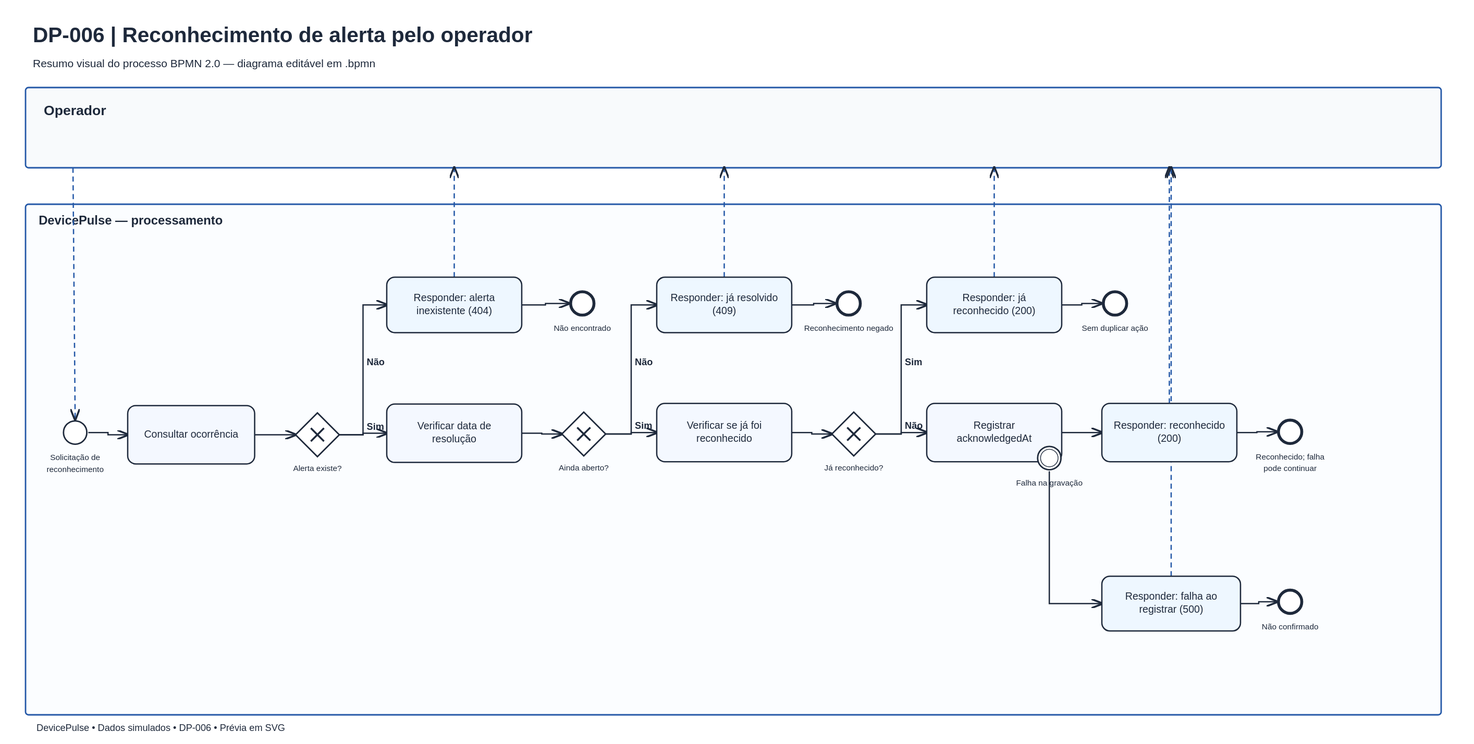
agiovannamendes/devicepulse keeps this BPMN diagram as docs/bpmn/06-reconhecimento-alertas.svg. Above is the earlier version. Its source is kept beside it as docs/bpmn/06-reconhecimento-alertas.bpmn. Ids are renumbered.
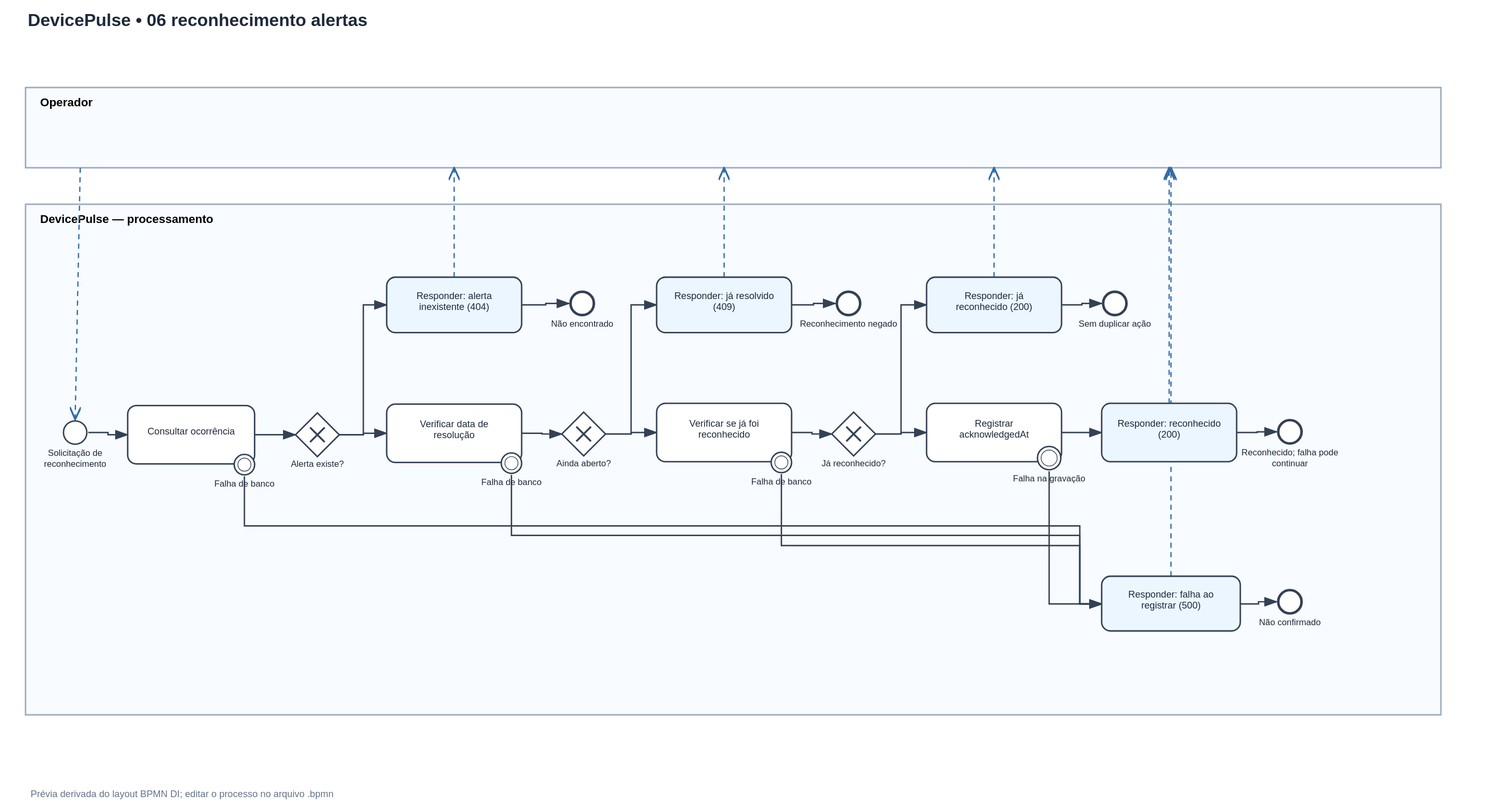
Above is the later version.

The edit, as a diff of the source:
```diff
@@ -20,7 +20,7 @@
     <bpmn:boundaryEvent id="Boundary_ErroAck" name="Falha na gravação" attachedToRef="Task_GravarAck" cancelActivity="true"><bpmn:outgoing>Flow_BoundaryErroAck_TaskRespFalha</bpmn:outgoing><bpmn:errorEventDefinition id="ErrorDef_Boundary_ErroAck" errorRef="Error_reconhecimento-alertas"/></bpmn:boundaryEvent>
     <bpmn:sendTask id="Task_RespSucesso" name="Responder: reconhecido (200)"><bpmn:incoming>Flow_TaskGravarAck_TaskRespSucesso</bpmn:incoming><bpmn:outgoing>Flow_TaskRespSucesso_EndSucesso</bpmn:outgoing></bpmn:sendTask>
     <bpmn:endEvent id="End_Sucesso" name="Reconhecido; falha pode continuar"><bpmn:incoming>Flow_TaskRespSucesso_EndSucesso</bpmn:incoming></bpmn:endEvent>
-    <bpmn:sendTask id="Task_RespFalha" name="Responder: falha ao registrar (500)"><bpmn:incoming>Flow_BoundaryErroAck_TaskRespFalha</bpmn:incoming><bpmn:outgoing>Flow_TaskRespFalha_EndFalha</bpmn:outgoing></bpmn:sendTask>
+    <bpmn:sendTask id="Task_RespFalha" name="Responder: falha ao registrar (500)"><bpmn:incoming>Flow_DP007_DB_Task_VerificarReconhecido</bpmn:incoming><bpmn:incoming>Flow_DP007_DB_Task_ChecarAberto</bpmn:incoming><bpmn:incoming>Flow_DP007_DB_Task_BuscarAlerta</bpmn:incoming><bpmn:incoming>Flow_BoundaryErroAck_TaskRespFalha</bpmn:incoming><bpmn:outgoing>Flow_TaskRespFalha_EndFalha</bpmn:outgoing></bpmn:sendTask>
     <bpmn:endEvent id="End_Falha" name="Não confirmado"><bpmn:incoming>Flow_TaskRespFalha_EndFalha</bpmn:incoming></bpmn:endEvent>
     <bpmn:sequenceFlow id="Flow_StartRecognize_TaskBuscarAlerta" sourceRef="Start_Recognize" targetRef="Task_BuscarAlerta"/>
     <bpmn:sequenceFlow id="Flow_TaskBuscarAlerta_GatewayEncontrou" sourceRef="Task_BuscarAlerta" targetRef="Gateway_Encontrou"/>
@@ -39,6 +39,12 @@
     <bpmn:sequenceFlow id="Flow_TaskRespSucesso_EndSucesso" sourceRef="Task_RespSucesso" targetRef="End_Sucesso"/>
     <bpmn:sequenceFlow id="Flow_BoundaryErroAck_TaskRespFalha" sourceRef="Boundary_ErroAck" targetRef="Task_RespFalha"/>
     <bpmn:sequenceFlow id="Flow_TaskRespFalha_EndFalha" sourceRef="Task_RespFalha" targetRef="End_Falha"/>
+    <bpmn:boundaryEvent id="Boundary_DB_DP007_Task_BuscarAlerta" name="Falha de banco" attachedToRef="Task_BuscarAlerta" cancelActivity="true"><bpmn:outgoing>Flow_DP007_DB_Task_BuscarAlerta</bpmn:outgoing><bpmn:errorEventDefinition id="ErrorDef_Boundary_DB_DP007_Task_BuscarAlerta" errorRef="Error_reconhecimento-alertas"/></bpmn:boundaryEvent>
+    <bpmn:sequenceFlow id="Flow_DP007_DB_Task_BuscarAlerta" sourceRef="Boundary_DB_DP007_Task_BuscarAlerta" targetRef="Task_RespFalha"/>
+    <bpmn:boundaryEvent id="Boundary_DB_DP007_Task_ChecarAberto" name="Falha de banco" attachedToRef="Task_ChecarAberto" cancelActivity="true"><bpmn:outgoing>Flow_DP007_DB_Task_ChecarAberto</bpmn:outgoing><bpmn:errorEventDefinition id="ErrorDef_Boundary_DB_DP007_Task_ChecarAberto" errorRef="Error_reconhecimento-alertas"/></bpmn:boundaryEvent>
+    <bpmn:sequenceFlow id="Flow_DP007_DB_Task_ChecarAberto" sourceRef="Boundary_DB_DP007_Task_ChecarAberto" targetRef="Task_RespFalha"/>
+    <bpmn:boundaryEvent id="Boundary_DB_DP007_Task_VerificarReconhecido" name="Falha de banco" attachedToRef="Task_VerificarReconhecido" cancelActivity="true"><bpmn:outgoing>Flow_DP007_DB_Task_VerificarReconhecido</bpmn:outgoing><bpmn:errorEventDefinition id="ErrorDef_Boundary_DB_DP007_Task_VerificarReconhecido" errorRef="Error_reconhecimento-alertas"/></bpmn:boundaryEvent>
+    <bpmn:sequenceFlow id="Flow_DP007_DB_Task_VerificarReconhecido" sourceRef="Boundary_DB_DP007_Task_VerificarReconhecido" targetRef="Task_RespFalha"/>
   </bpmn:process>
   <bpmndi:BPMNDiagram id="Diagram_reconhecimento-alertas">
     <bpmndi:BPMNPlane id="Plane_reconhecimento-alertas" bpmnElement="Collaboration_reconhecimento-alertas">
@@ -81,6 +87,12 @@
       <bpmndi:BPMNEdge id="Edge_Flow_BoundaryErroAck_TaskRespFalha" bpmnElement="Flow_BoundaryErroAck_TaskRespFalha"><di:waypoint x="1438" y="646"/><di:waypoint x="1438" y="828"/><di:waypoint x="1510" y="828"/></bpmndi:BPMNEdge>
       <bpmndi:BPMNEdge id="Edge_Flow_TaskRespFalha_EndFalha" bpmnElement="Flow_TaskRespFalha_EndFalha"><di:waypoint x="1700" y="828"/><di:waypoint x="1725" y="828"/><di:waypoint x="1725" y="825"/><di:waypoint x="1750" y="825"/></bpmndi:BPMNEdge>
       <bpmndi:BPMNEdge id="Edge_MessageFlow_Request_reconhecimento-alertas" bpmnElement="MessageFlow_Request_reconhecimento-alertas"><di:waypoint x="110" y="230"/><di:waypoint x="103" y="575"/></bpmndi:BPMNEdge><bpmndi:BPMNEdge id="Edge_MessageFlow_Return_1" bpmnElement="MessageFlow_Return_1"><di:waypoint x="622.5" y="380"/><di:waypoint x="622.5" y="230"/></bpmndi:BPMNEdge><bpmndi:BPMNEdge id="Edge_MessageFlow_Return_2" bpmnElement="MessageFlow_Return_2"><di:waypoint x="992.5" y="380"/><di:waypoint x="992.5" y="230"/></bpmndi:BPMNEdge><bpmndi:BPMNEdge id="Edge_MessageFlow_Return_3" bpmnElement="MessageFlow_Return_3"><di:waypoint x="1362.5" y="380"/><di:waypoint x="1362.5" y="230"/></bpmndi:BPMNEdge><bpmndi:BPMNEdge id="Edge_MessageFlow_Return_4" bpmnElement="MessageFlow_Return_4"><di:waypoint x="1602.5" y="553"/><di:waypoint x="1602.5" y="230"/></bpmndi:BPMNEdge><bpmndi:BPMNEdge id="Edge_MessageFlow_Return_5" bpmnElement="MessageFlow_Return_5"><di:waypoint x="1605" y="790"/><di:waypoint x="1605" y="230"/></bpmndi:BPMNEdge>
+      <bpmndi:BPMNShape id="Shape_Boundary_DB_DP007_Task_BuscarAlerta" bpmnElement="Boundary_DB_DP007_Task_BuscarAlerta"><dc:Bounds x="319" y="621" width="32" height="32"/></bpmndi:BPMNShape>
+      <bpmndi:BPMNEdge id="Edge_Flow_DP007_DB_Task_BuscarAlerta" bpmnElement="Flow_DP007_DB_Task_BuscarAlerta"><di:waypoint x="335" y="653"/><di:waypoint x="335" y="721"/><di:waypoint x="1480" y="721"/><di:waypoint x="1480" y="828"/><di:waypoint x="1510" y="828"/></bpmndi:BPMNEdge>
+      <bpmndi:BPMNShape id="Shape_Boundary_DB_DP007_Task_ChecarAberto" bpmnElement="Boundary_DB_DP007_Task_ChecarAberto"><dc:Bounds x="685" y="619" width="32" height="32"/></bpmndi:BPMNShape>
+      <bpmndi:BPMNEdge id="Edge_Flow_DP007_DB_Task_ChecarAberto" bpmnElement="Flow_DP007_DB_Task_ChecarAberto"><di:waypoint x="701" y="651"/><di:waypoint x="701" y="734"/><di:waypoint x="1480" y="734"/><di:waypoint x="1480" y="828"/><di:waypoint x="1510" y="828"/></bpmndi:BPMNEdge>
+      <bpmndi:BPMNShape id="Shape_Boundary_DB_DP007_Task_VerificarReconhecido" bpmnElement="Boundary_DB_DP007_Task_VerificarReconhecido"><dc:Bounds x="1055" y="618" width="32" height="32"/></bpmndi:BPMNShape>
+      <bpmndi:BPMNEdge id="Edge_Flow_DP007_DB_Task_VerificarReconhecido" bpmnElement="Flow_DP007_DB_Task_VerificarReconhecido"><di:waypoint x="1071" y="650"/><di:waypoint x="1071" y="748"/><di:waypoint x="1480" y="748"/><di:waypoint x="1480" y="828"/><di:waypoint x="1510" y="828"/></bpmndi:BPMNEdge>
     </bpmndi:BPMNPlane>
   </bpmndi:BPMNDiagram>
 </bpmn:definitions>
```
